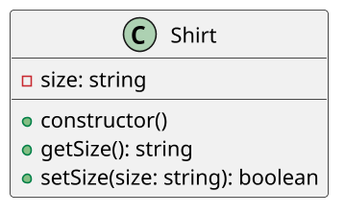
Above: labs/camisa/assets/diagrama.png in qxcodepoo/arcade (PlantUML), before the change.
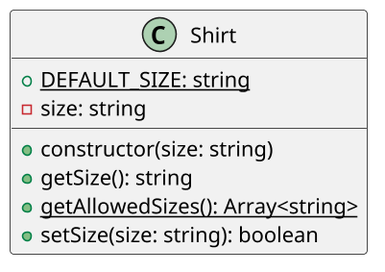
Later version of the same file.

Diff of the diagram source:
```diff
@@ -4,10 +4,12 @@
 skinparam dpi 150
 
 class Shirt {
+    {static} + DEFAULT_SIZE: string
     - size: string
     __
-    + constructor()
+    + constructor(size: string)
     + getSize(): string
+    {static} + getAllowedSizes(): Array<string>
     + setSize(size: string): boolean
 }
 
```
